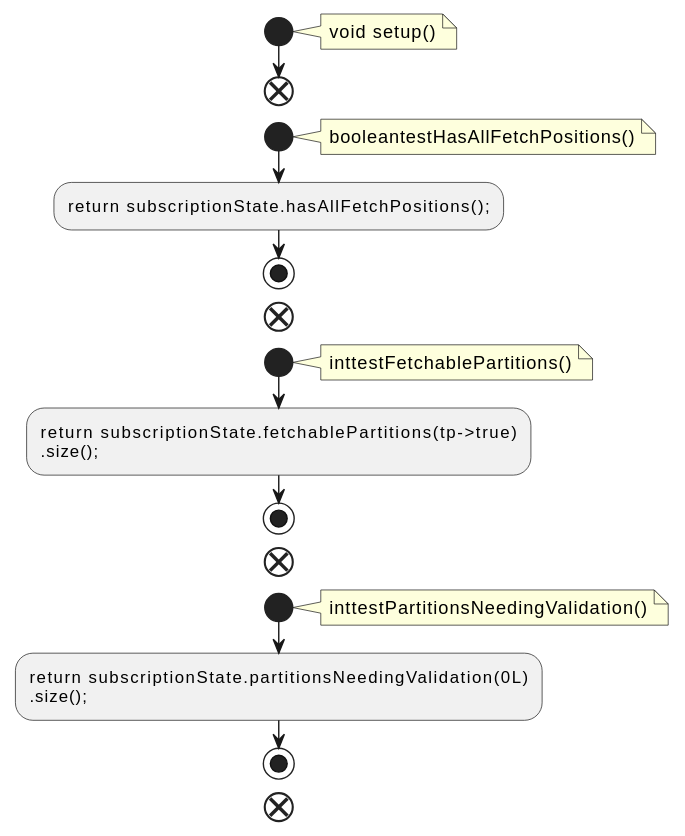
The PlantUML diagram docs/qc/jmh-benchmarks/src/main/java/org/apache/kafka/jmh/consumer/SubscriptionStateBenchmark.java.fct.svg in qualitesys/kafka, before a commit.
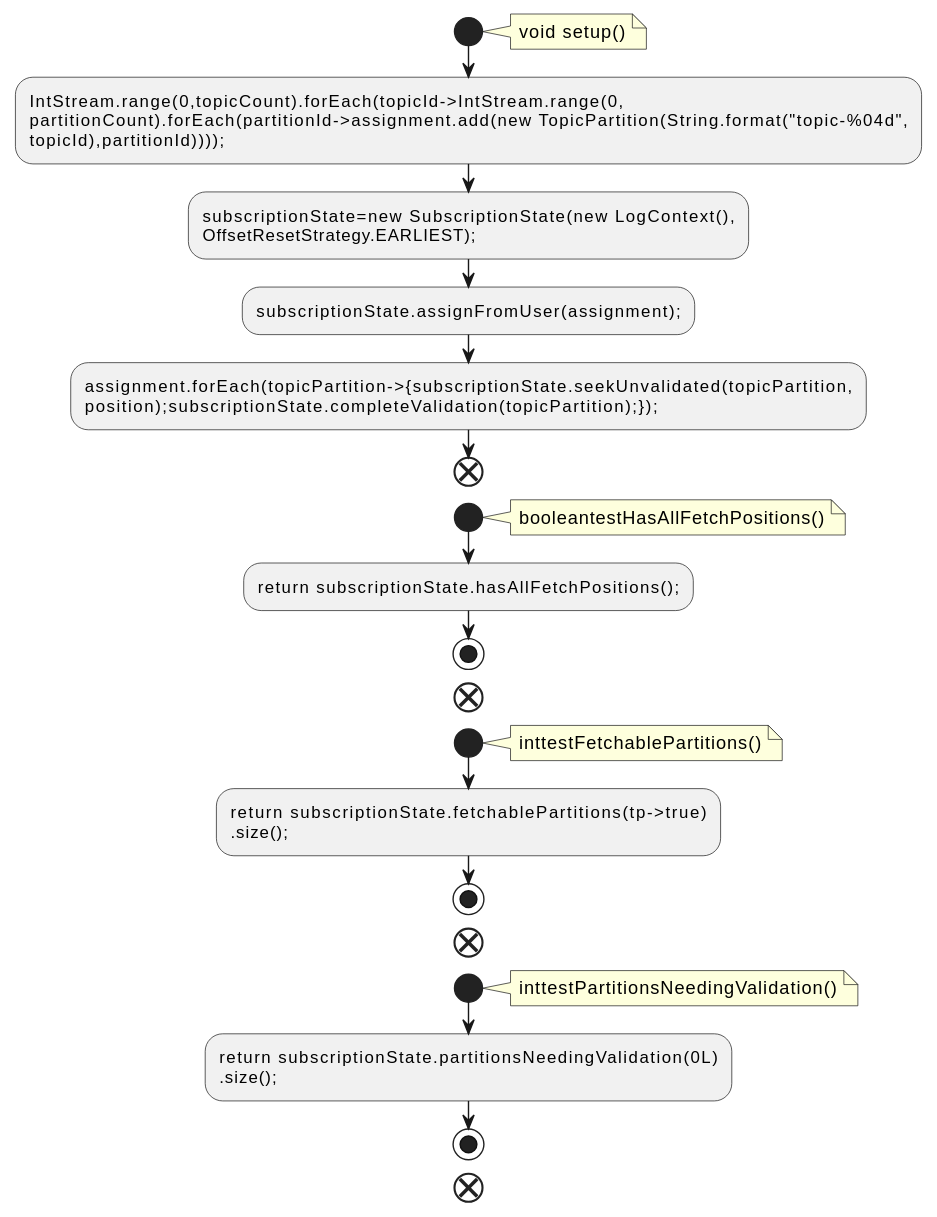
The same diagram one commit later.

Diff of the diagram source:
```diff
@@ -4,6 +4,14 @@
 note right
 void setup()
 end note
+:IntStream.range(0,topicCount).forEach(topicId->IntStream.range(0,
+partitionCount).forEach(partitionId->assignment.add(new TopicPartition(String.format("topic-%04d",
+topicId),partitionId))));;
+:subscriptionState=new SubscriptionState(new LogContext(),
+OffsetResetStrategy.EARLIEST);;
+:subscriptionState.assignFromUser(assignment);;
+:assignment.forEach(topicPartition->{subscriptionState.seekUnvalidated(topicPartition,
+position);subscriptionState.completeValidation(topicPartition);});;
 end
 start
 note right
```
